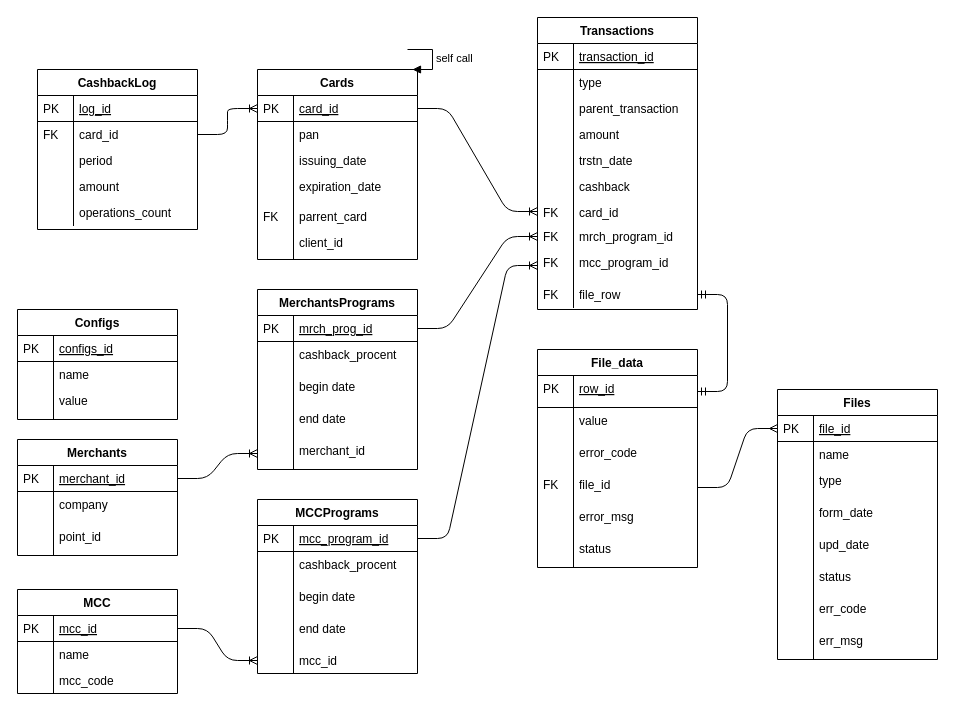
Earlier version of the draw.io diagram project er-model.drawio (AndrewBrenev/LoyaltySystemDB). Source tidied: cells renumbered, new cells numbered last; positions are measured from the earlier drawing's top-left corner, leaving out a move shared by most shapes. Both pictures are drawn from the tidied source at 100%, with x=0, y=0 at pixel (17, 17).
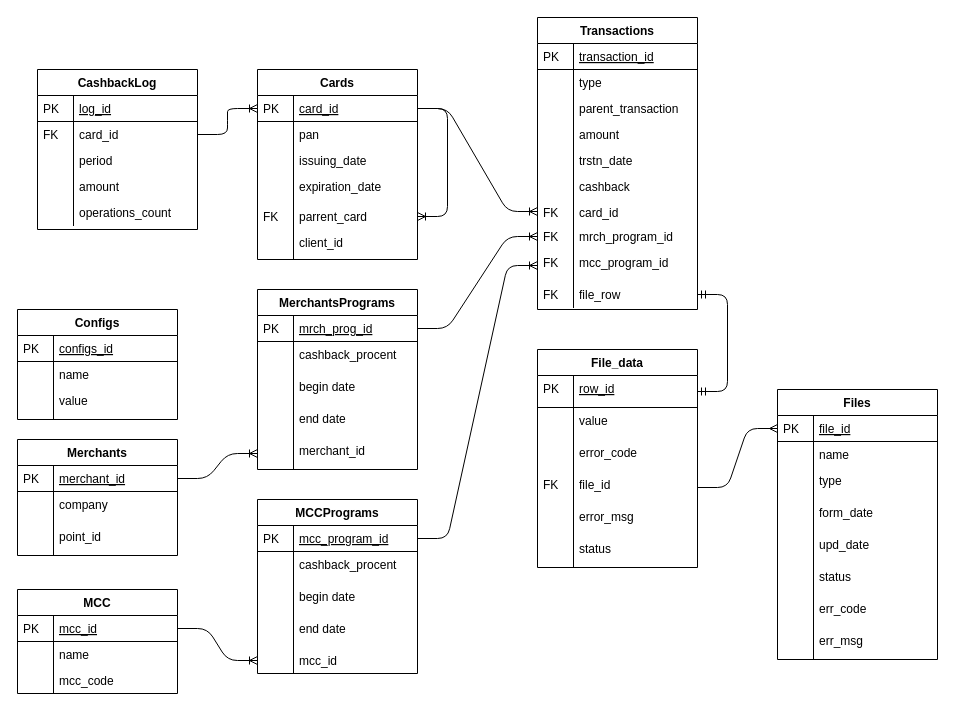
The same page after the edit.

Unchanged cells that the change refers to:
```xml
<mxCell id="25" value="Cards" style="swimlane;fontStyle=1;horizontal=1;startSize=26;rounded=0;shadow=0;strokeWidth=1;" parent="1" vertex="1">
  <mxGeometry x="240" y="52" width="160" height="190" as="geometry" />
</mxCell>
<mxCell id="26" value="card_id" style="shape=partialRectangle;top=0;left=0;right=0;bottom=1;align=left;verticalAlign=top;fillColor=none;spacingLeft=40;spacingRight=4;overflow=hidden;points=[[0,0.5],[1,0.5]];portConstraint=eastwest;rounded=0;shadow=0;strokeWidth=1;fontStyle=4;" parent="25" vertex="1">
  <mxGeometry y="26" width="160" height="26" as="geometry" />
</mxCell>
<mxCell id="34" value="parrent_card" style="shape=partialRectangle;top=0;left=0;right=0;bottom=0;align=left;verticalAlign=top;fillColor=none;spacingLeft=40;spacingRight=4;overflow=hidden;points=[[0,0.5],[1,0.5]];portConstraint=eastwest;rounded=0;shadow=0;strokeWidth=1;" parent="25" vertex="1">
  <mxGeometry y="134" width="160" height="26" as="geometry" />
</mxCell>
```

The edit, as a diff of the source:
```diff
@@
+    <mxCell id="129" style="edgeStyle=entityRelationEdgeStyle;fontSize=12;html=1;endArrow=ERoneToMany;exitX=1;exitY=0.5;exitDx=0;exitDy=0;" parent="25" edge="1" source="26" target="34">
+      <mxGeometry relative="1" as="geometry" />
+    </mxCell>
@@
-    <mxCell id="124" value="self call" style="edgeStyle=orthogonalEdgeStyle;html=1;align=left;spacingLeft=2;endArrow=block;rounded=0;entryX=1;entryY=0;" parent="1" edge="1">
-      <mxGeometry x="0.05" relative="1" as="geometry">
-        <mxPoint x="390" y="32" as="sourcePoint" />
-        <mxPoint x="395" y="52" as="targetPoint" />
-        <Array as="points">
-          <mxPoint x="415" y="32" />
-        </Array>
-      </mxGeometry>
-    </mxCell>
```
